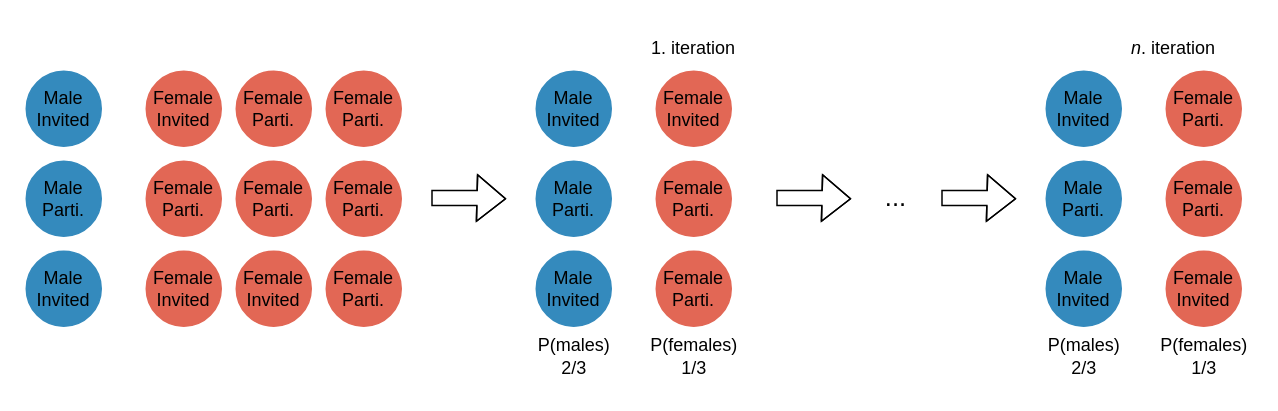
mariespedersen/Thesis_github keeps this draw.io diagram as random_similar.drawio. Above is the earlier version. Source tidied: cells renumbered, new cells numbered last; positions are measured from the earlier drawing's top-left corner, leaving out a move shared by most shapes. Both pictures are drawn from the tidied source at 150%, with x=0, y=0 at pixel (26, 26).
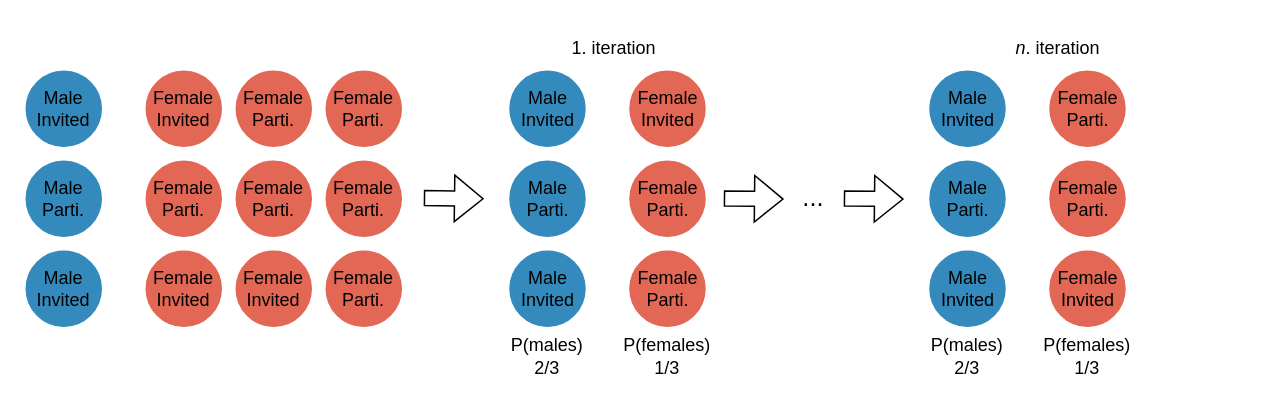
The same page after the edit.

What changed in the source:
```diff
@@
     <mxCell id="14" style="shape=flexArrow;endArrow=classic;html=1;rounded=0;" parent="1" edge="1">
       <mxGeometry relative="1" as="geometry">
-        <mxPoint x="270" y="114.5" as="sourcePoint" />
-        <mxPoint x="320" y="115" as="targetPoint" />
-        <Array as="points">
-          <mxPoint x="300" y="114.5" />
-        </Array>
+        <mxPoint x="265" y="114.5" as="sourcePoint" />
+        <mxPoint x="305" y="115" as="targetPoint" />
       </mxGeometry>
     </mxCell>
     <mxCell id="15" value="Male&lt;br&gt;Invited" style="ellipse;whiteSpace=wrap;html=1;strokeColor=#348abd;fillColor=#348abd;" parent="1" vertex="1">
-      <mxGeometry x="340" y="30" width="50" height="50" as="geometry" />
+      <mxGeometry x="322.5" y="30" width="50" height="50" as="geometry" />
     </mxCell>
     <mxCell id="16" value="Female&lt;br&gt;Invited" style="ellipse;whiteSpace=wrap;html=1;strokeColor=#e26755;fillColor=#e26755;" parent="1" vertex="1">
-      <mxGeometry x="420" y="30" width="50" height="50" as="geometry" />
+      <mxGeometry x="402.5" y="30" width="50" height="50" as="geometry" />
     </mxCell>
     <mxCell id="17" value="Male&lt;br&gt;Parti." style="ellipse;whiteSpace=wrap;html=1;strokeColor=#348abd;fillColor=#348abd;" parent="1" vertex="1">
-      <mxGeometry x="340" y="90" width="50" height="50" as="geometry" />
+      <mxGeometry x="322.5" y="90" width="50" height="50" as="geometry" />
     </mxCell>
     <mxCell id="18" value="Male&lt;br&gt;Invited" style="ellipse;whiteSpace=wrap;html=1;strokeColor=#348abd;fillColor=#348abd;" parent="1" vertex="1">
-      <mxGeometry x="340" y="150" width="50" height="50" as="geometry" />
+      <mxGeometry x="322.5" y="150" width="50" height="50" as="geometry" />
     </mxCell>
     <mxCell id="19" value="Female&lt;br&gt;Parti." style="ellipse;whiteSpace=wrap;html=1;strokeColor=#e26755;fillColor=#e26755;" parent="1" vertex="1">
-      <mxGeometry x="420" y="90" width="50" height="50" as="geometry" />
+      <mxGeometry x="402.5" y="90" width="50" height="50" as="geometry" />
     </mxCell>
     <mxCell id="20" value="Female&lt;br&gt;Parti." style="ellipse;whiteSpace=wrap;html=1;strokeColor=#e26755;fillColor=#e26755;" parent="1" vertex="1">
-      <mxGeometry x="420" y="150" width="50" height="50" as="geometry" />
+      <mxGeometry x="402.5" y="150" width="50" height="50" as="geometry" />
     </mxCell>
     <mxCell id="21" value="Male&lt;br&gt;Invited" style="ellipse;whiteSpace=wrap;html=1;strokeColor=#348abd;fillColor=#348abd;" parent="1" vertex="1">
-      <mxGeometry x="680" y="30" width="50" height="50" as="geometry" />
+      <mxGeometry x="602.5" y="30" width="50" height="50" as="geometry" />
     </mxCell>
     <mxCell id="22" value="Female&lt;br&gt;Invited" style="ellipse;whiteSpace=wrap;html=1;strokeColor=#e26755;fillColor=#e26755;" parent="1" vertex="1">
-      <mxGeometry x="760" y="150" width="50" height="50" as="geometry" />
+      <mxGeometry x="682.5" y="150" width="50" height="50" as="geometry" />
     </mxCell>
     <mxCell id="23" value="Male&lt;br&gt;Parti." style="ellipse;whiteSpace=wrap;html=1;strokeColor=#348abd;fillColor=#348abd;" parent="1" vertex="1">
-      <mxGeometry x="680" y="90" width="50" height="50" as="geometry" />
+      <mxGeometry x="602.5" y="90" width="50" height="50" as="geometry" />
     </mxCell>
     <mxCell id="24" value="Male&lt;br&gt;Invited" style="ellipse;whiteSpace=wrap;html=1;strokeColor=#348abd;fillColor=#348abd;" parent="1" vertex="1">
-      <mxGeometry x="680" y="150" width="50" height="50" as="geometry" />
+      <mxGeometry x="602.5" y="150" width="50" height="50" as="geometry" />
     </mxCell>
     <mxCell id="25" value="Female&lt;br&gt;Parti." style="ellipse;whiteSpace=wrap;html=1;strokeColor=#e26755;fillColor=#e26755;" parent="1" vertex="1">
-      <mxGeometry x="760" y="90" width="50" height="50" as="geometry" />
+      <mxGeometry x="682.5" y="90" width="50" height="50" as="geometry" />
     </mxCell>
     <mxCell id="26" value="Female&lt;br&gt;Parti." style="ellipse;whiteSpace=wrap;html=1;strokeColor=#e26755;fillColor=#e26755;" parent="1" vertex="1">
-      <mxGeometry x="760" y="30" width="50" height="50" as="geometry" />
+      <mxGeometry x="682.5" y="30" width="50" height="50" as="geometry" />
     </mxCell>
     <mxCell id="27" value="1. iteration" style="text;html=1;strokeColor=none;fillColor=none;align=center;verticalAlign=middle;whiteSpace=wrap;rounded=0;" parent="1" vertex="1">
-      <mxGeometry x="405" width="80" height="30" as="geometry" />
+      <mxGeometry x="351.5" width="80" height="30" as="geometry" />
     </mxCell>
     <mxCell id="28" value="&lt;i&gt;n&lt;/i&gt;. iteration" style="text;html=1;strokeColor=none;fillColor=none;align=center;verticalAlign=middle;whiteSpace=wrap;rounded=0;" parent="1" vertex="1">
-      <mxGeometry x="725" width="80" height="30" as="geometry" />
+      <mxGeometry x="647.5" width="80" height="30" as="geometry" />
     </mxCell>
-    <mxCell id="29" style="shape=flexArrow;endArrow=classic;html=1;rounded=0;" parent="1" edge="1">
-      <mxGeometry relative="1" as="geometry">
-        <mxPoint x="500" y="114.5" as="sourcePoint" />
-        <mxPoint x="550" y="115" as="targetPoint" />
-        <Array as="points">
-          <mxPoint x="530" y="114.5" />
-        </Array>
-      </mxGeometry>
-    </mxCell>
     <mxCell id="30" value="&lt;font style=&quot;font-size: 17px;&quot;&gt;...&lt;/font&gt;" style="text;html=1;strokeColor=none;fillColor=none;align=center;verticalAlign=middle;whiteSpace=wrap;rounded=0;" parent="1" vertex="1">
-      <mxGeometry x="540" y="100" width="80" height="30" as="geometry" />
+      <mxGeometry x="485" y="100" width="80" height="30" as="geometry" />
     </mxCell>
-    <mxCell id="31" style="shape=flexArrow;endArrow=classic;html=1;rounded=0;" parent="1" edge="1">
-      <mxGeometry relative="1" as="geometry">
-        <mxPoint x="610" y="114.5" as="sourcePoint" />
-        <mxPoint x="660" y="115" as="targetPoint" />
-        <Array as="points">
-          <mxPoint x="640" y="114.5" />
-        </Array>
-      </mxGeometry>
-    </mxCell>
     <mxCell id="32" value="P(males)&lt;br&gt;2/3" style="text;html=1;strokeColor=none;fillColor=none;align=center;verticalAlign=middle;whiteSpace=wrap;rounded=0;" parent="1" vertex="1">
-      <mxGeometry x="332.5" y="200" width="65" height="40" as="geometry" />
+      <mxGeometry x="315" y="200" width="65" height="40" as="geometry" />
     </mxCell>
     <mxCell id="33" value="P(females)&lt;br&gt;1/3" style="text;html=1;strokeColor=none;fillColor=none;align=center;verticalAlign=middle;whiteSpace=wrap;rounded=0;" parent="1" vertex="1">
-      <mxGeometry x="412.5" y="200" width="65" height="40" as="geometry" />
+      <mxGeometry x="395" y="200" width="65" height="40" as="geometry" />
     </mxCell>
     <mxCell id="34" value="P(females)&lt;br&gt;1/3" style="text;html=1;strokeColor=none;fillColor=none;align=center;verticalAlign=middle;whiteSpace=wrap;rounded=0;" parent="1" vertex="1">
-      <mxGeometry x="752.5" y="200" width="65" height="40" as="geometry" />
+      <mxGeometry x="675" y="200" width="65" height="40" as="geometry" />
     </mxCell>
     <mxCell id="35" value="P(males)&lt;br&gt;2/3" style="text;html=1;strokeColor=none;fillColor=none;align=center;verticalAlign=middle;whiteSpace=wrap;rounded=0;" parent="1" vertex="1">
-      <mxGeometry x="672.5" y="200" width="65" height="40" as="geometry" />
+      <mxGeometry x="595" y="200" width="65" height="40" as="geometry" />
     </mxCell>
+    <mxCell id="36" style="shape=flexArrow;endArrow=classic;html=1;rounded=0;" parent="1" edge="1">
+      <mxGeometry relative="1" as="geometry">
+        <mxPoint x="465" y="114.8" as="sourcePoint" />
+        <mxPoint x="505" y="115.2" as="targetPoint" />
+      </mxGeometry>
+    </mxCell>
+    <mxCell id="37" style="shape=flexArrow;endArrow=classic;html=1;rounded=0;" parent="1" edge="1">
+      <mxGeometry relative="1" as="geometry">
+        <mxPoint x="545" y="114.8" as="sourcePoint" />
+        <mxPoint x="585" y="115.2" as="targetPoint" />
+      </mxGeometry>
+    </mxCell>
```
